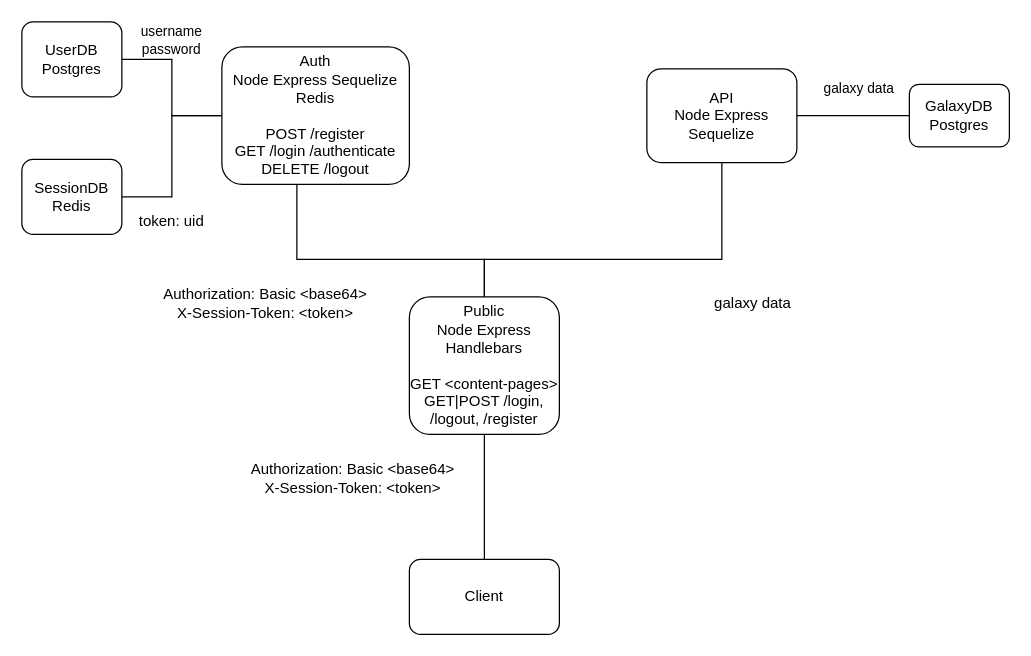
This is system_diagram.drawio from sarahmarkland/galaxy_atlas, a draw.io file, before an edit. Source tidied: cells renumbered, new cells numbered last; positions are measured from the earlier drawing's top-left corner, leaving out a move shared by most shapes. Both pictures are drawn from the tidied source at 125%, with x=0, y=0 at pixel (21, 21).
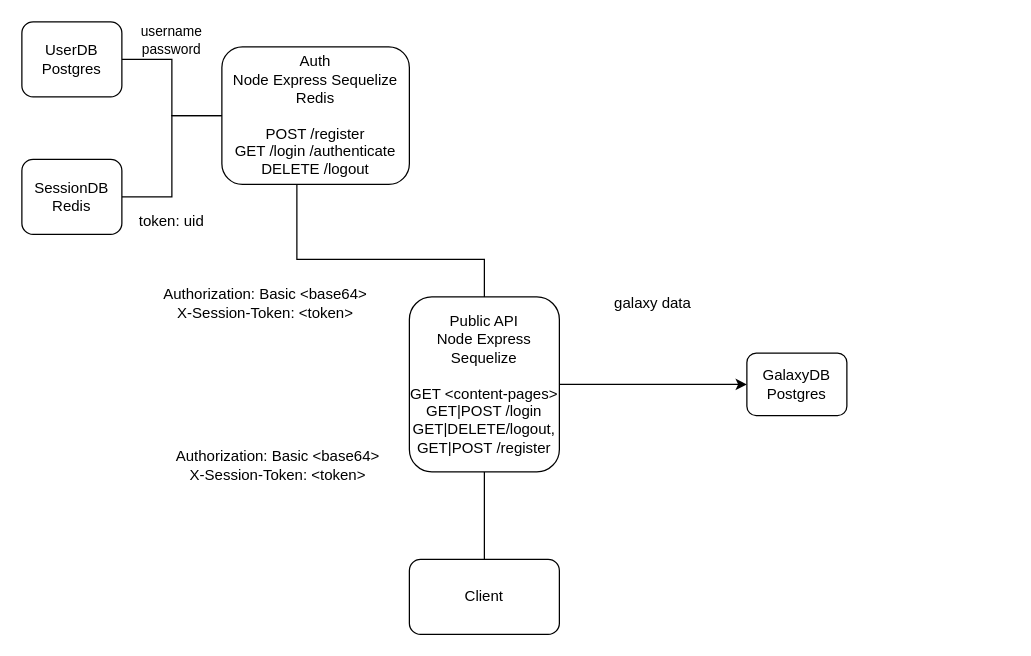
Above is the later version.

What changed in the source:
```diff
@@
+    <mxCell id="21" style="edgeStyle=orthogonalEdgeStyle;rounded=0;jettySize=auto;html=1;" parent="1" edge="1" source="8" target="13">
+      <mxGeometry relative="1" as="geometry" />
+    </mxCell>
-    <mxCell id="8" value="&lt;div&gt;Public&lt;/div&gt;&lt;div&gt;Node Express Handlebars&lt;/div&gt;&lt;div&gt;&lt;br&gt;&lt;/div&gt;&lt;div&gt;GET &amp;lt;content-pages&amp;gt;&lt;br&gt;&lt;/div&gt;&lt;div&gt;GET|POST /login, /logout, /register&lt;/div&gt;" style="rounded=1;whiteSpace=wrap;html=1;" parent="1" vertex="1">
-      <mxGeometry x="310" y="220" width="120" height="110" as="geometry" />
+    <mxCell id="8" value="&lt;div&gt;Public API&lt;br&gt;&lt;/div&gt;&lt;div&gt;Node Express Sequelize&lt;/div&gt;&lt;div&gt;&lt;br&gt;&lt;/div&gt;&lt;div&gt;GET &amp;lt;content-pages&amp;gt;&lt;br&gt;&lt;/div&gt;&lt;div&gt;GET|POST /login&lt;/div&gt;&lt;div&gt;GET|DELETE/logout,&lt;/div&gt;&lt;div&gt;GET|POST /register&lt;/div&gt;" style="rounded=1;whiteSpace=wrap;html=1;" parent="1" vertex="1">
+      <mxGeometry x="310" y="220" width="120" height="140" as="geometry" />
     </mxCell>
@@
-    <mxCell id="10" style="edgeStyle=orthogonalEdgeStyle;rounded=0;jettySize=auto;html=1;exitX=1;exitY=0.5;exitDx=0;exitDy=0;endArrow=none;endFill=0;" parent="1" edge="1" source="12" target="13">
-      <mxGeometry relative="1" as="geometry" />
-    </mxCell>
-    <mxCell id="11" style="edgeStyle=orthogonalEdgeStyle;rounded=0;jettySize=auto;html=1;exitX=0.5;exitY=1;exitDx=0;exitDy=0;entryX=0.5;entryY=0;entryDx=0;entryDy=0;endArrow=none;endFill=0;" parent="1" edge="1" source="12" target="8">
-      <mxGeometry relative="1" as="geometry">
-        <Array as="points">
-          <mxPoint x="560" y="190" />
-          <mxPoint x="370" y="190" />
-        </Array>
-      </mxGeometry>
-    </mxCell>
-    <mxCell id="12" value="&lt;div&gt;API&lt;/div&gt;&lt;div&gt;Node Express Sequelize&lt;br&gt;&lt;/div&gt;" style="rounded=1;whiteSpace=wrap;html=1;" parent="1" vertex="1">
-      <mxGeometry x="500" y="37.5" width="120" height="75" as="geometry" />
-    </mxCell>
     <mxCell id="13" value="&lt;div&gt;GalaxyDB&lt;/div&gt;&lt;div&gt;Postgres&lt;br&gt;&lt;/div&gt;" style="rounded=1;whiteSpace=wrap;html=1;" parent="1" vertex="1">
-      <mxGeometry x="710" y="50" width="80" height="50" as="geometry" />
+      <mxGeometry x="580" y="265" width="80" height="50" as="geometry" />
     </mxCell>
     <mxCell id="14" value="galaxy data" style="text;html=1;align=center;verticalAlign=middle;whiteSpace=wrap;rounded=0;" parent="1" vertex="1">
-      <mxGeometry x="530" y="210" width="110" height="30" as="geometry" />
+      <mxGeometry x="450" y="210" width="110" height="30" as="geometry" />
     </mxCell>
@@
     <mxCell id="17" value="&lt;div&gt;Authorization: Basic &amp;lt;base64&amp;gt;&lt;br&gt;&lt;/div&gt;&lt;div&gt;X-Session-Token: &amp;lt;token&amp;gt;&lt;/div&gt;" style="text;html=1;align=center;verticalAlign=middle;whiteSpace=wrap;rounded=0;" parent="1" vertex="1">
-      <mxGeometry x="180" y="340" width="170" height="50" as="geometry" />
+      <mxGeometry x="120" y="330" width="170" height="50" as="geometry" />
     </mxCell>
@@
-    <mxCell id="20" value="galaxy data" style="text;html=1;align=center;verticalAlign=middle;whiteSpace=wrap;rounded=0;fontFamily=Helvetica;fontSize=11;fontColor=default;labelBackgroundColor=default;" parent="1" vertex="1">
-      <mxGeometry x="640" y="37.5" width="60" height="30" as="geometry" />
-    </mxCell>
```
